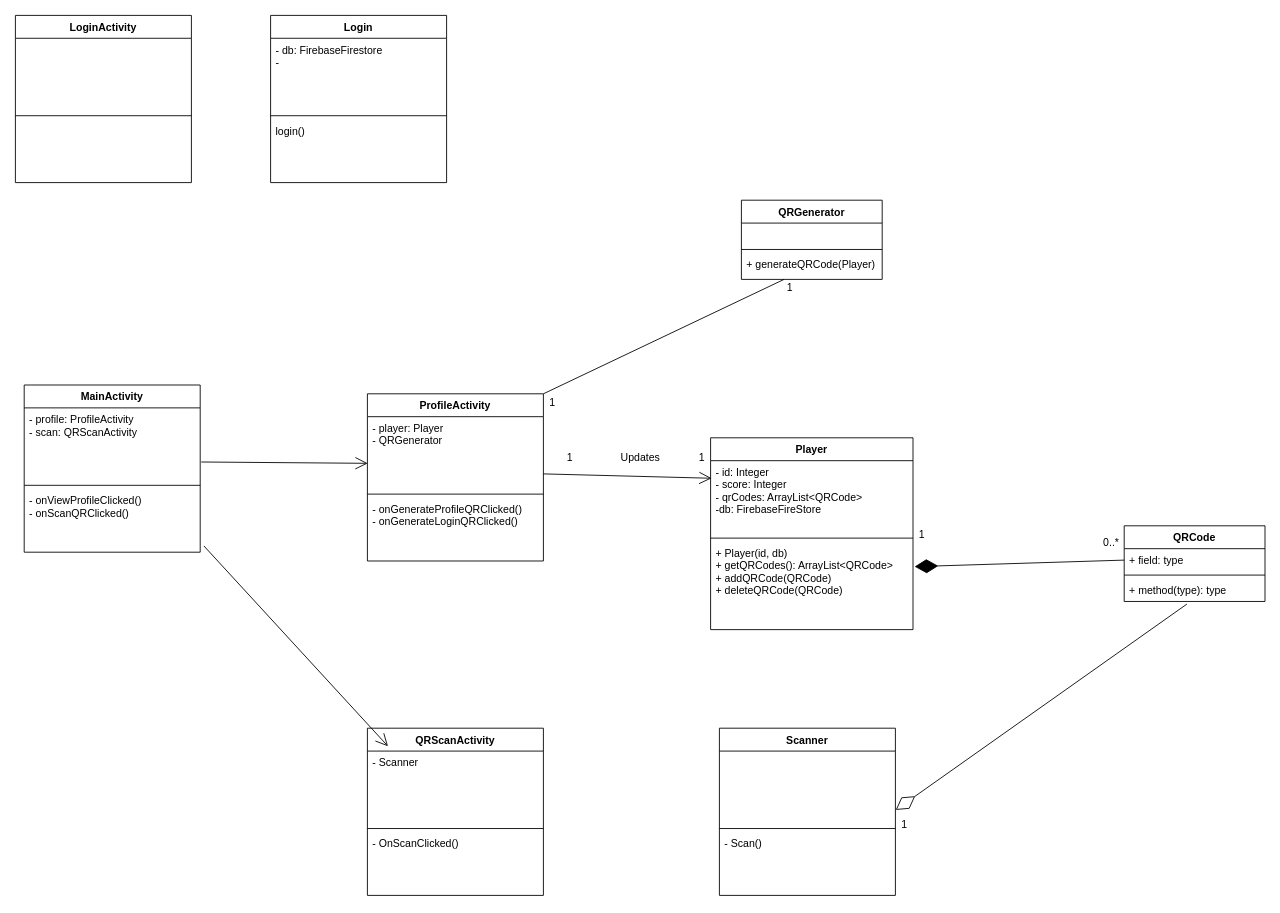
CMPUT301W22T21/turtleparties keeps this draw.io diagram as doc/UML Class Diagram.drawio. Above is the earlier version. Source tidied: cells renumbered, new cells numbered last; positions are measured from the earlier drawing's top-left corner, leaving out a move shared by most shapes. Both pictures are drawn from the tidied source at 88%, with x=0, y=0 at pixel (15, 15).
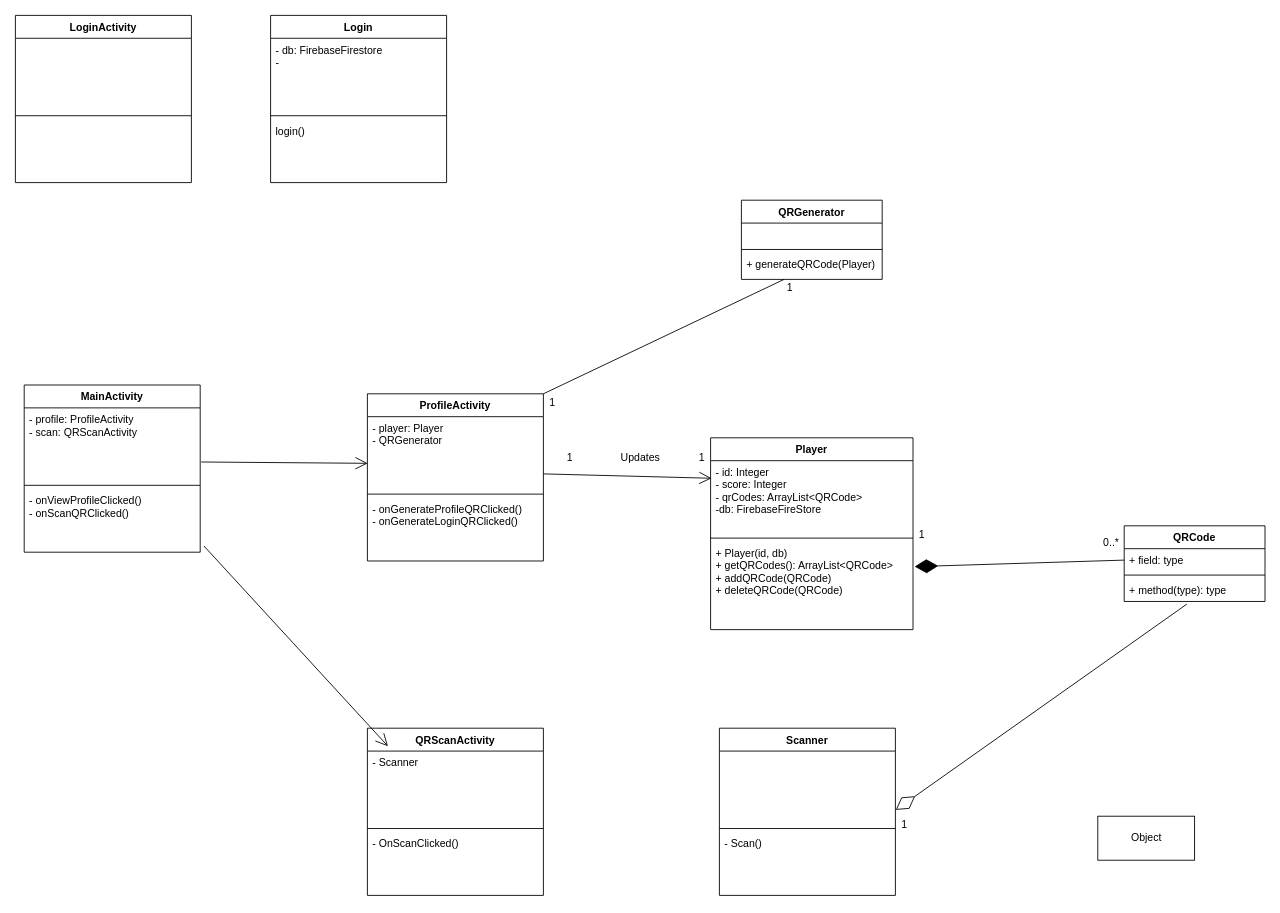
Above is the later version.

The edit, as a diff of the source:
```diff
@@
+    <mxCell id="52" value="Object" style="html=1;" parent="1" vertex="1">
+      <mxGeometry x="1230" y="910" width="110" height="50" as="geometry" />
+    </mxCell>
```
